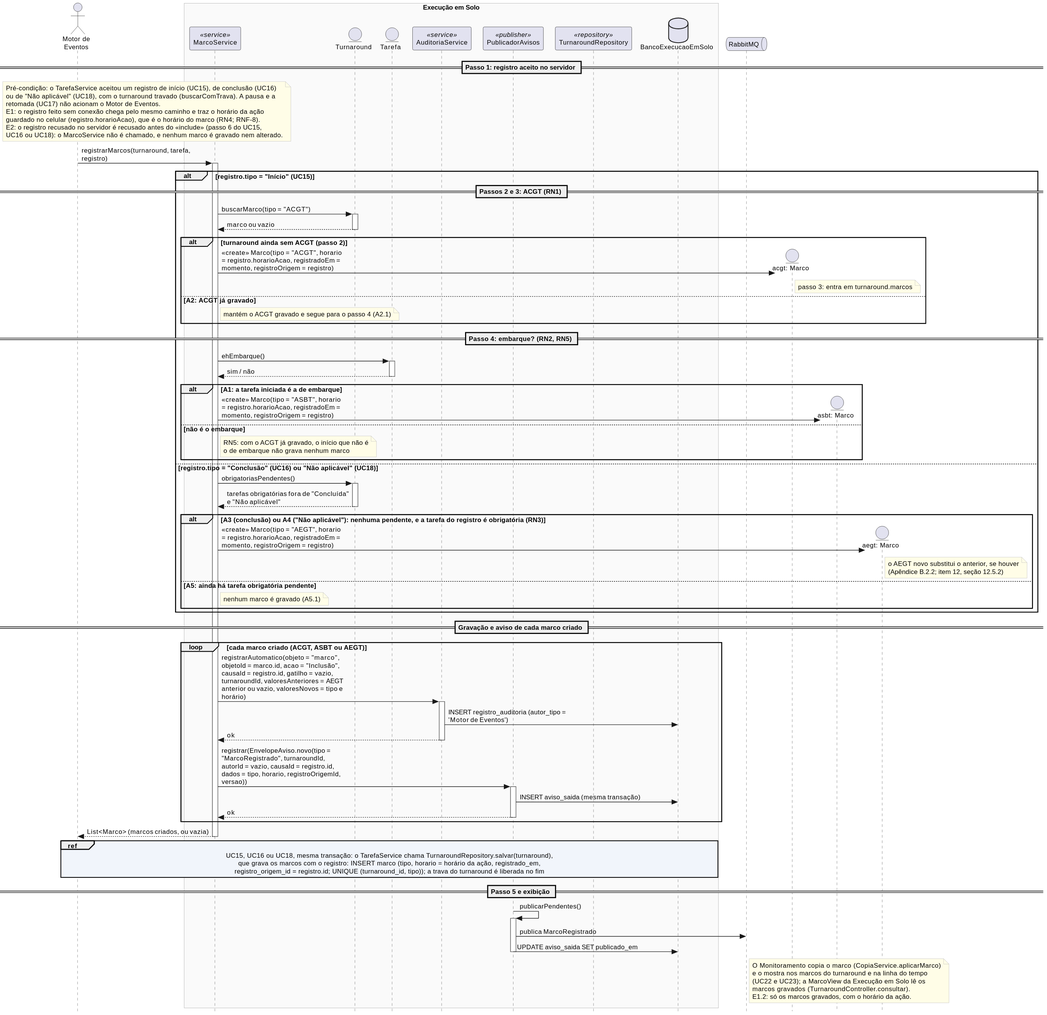
Earlier version of the PlantUML export especificacao/diagramas/14-sequencia-uc20.svg (Aircraft-Turnaround-Operations-Manager/aircraft-turnaround-docs).
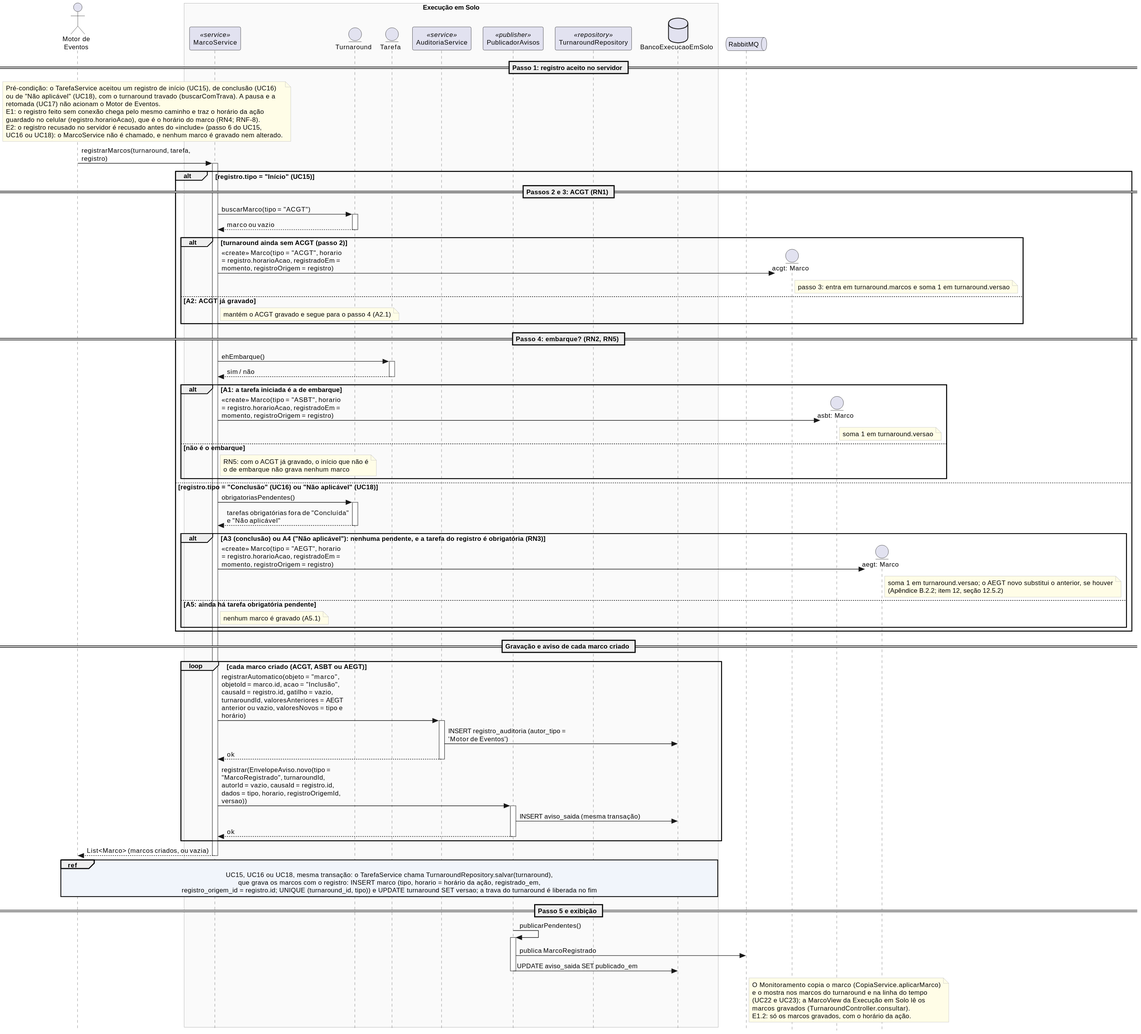
After the change.

What changed in the source:
```diff
@@ -36,7 +36,7 @@
   alt turnaround ainda sem ACGT (passo 2)
     create entity "acgt: Marco" as M1
     MS -> M1 : «create» Marco(tipo = "ACGT", horario = registro.horarioAcao, registradoEm = momento, registroOrigem = registro)
-    note right of M1 : passo 3: entra em turnaround.marcos
+    note right of M1 : passo 3: entra em turnaround.marcos e soma 1 em turnaround.versao
   else A2: ACGT já gravado
     note right of MS : mantém o ACGT gravado e segue para o passo 4 (A2.1)
   end
@@ -49,6 +49,7 @@
   alt A1: a tarefa iniciada é a de embarque
     create entity "asbt: Marco" as M2
     MS -> M2 : «create» Marco(tipo = "ASBT", horario = registro.horarioAcao, registradoEm = momento, registroOrigem = registro)
+    note right of M2 : soma 1 em turnaround.versao
   else não é o embarque
     note right of MS : RN5: com o ACGT já gravado, o início que não é\no de embarque não grava nenhum marco
   end
@@ -61,7 +62,7 @@
   alt A3 (conclusão) ou A4 ("Não aplicável"): nenhuma pendente, e a tarefa do registro é obrigatória (RN3)
     create entity "aegt: Marco" as M3
     MS -> M3 : «create» Marco(tipo = "AEGT", horario = registro.horarioAcao, registradoEm = momento, registroOrigem = registro)
-    note right of M3 : o AEGT novo substitui o anterior, se houver\n(Apêndice B.2.2; item 12, seção 12.5.2)
+    note right of M3 : soma 1 em turnaround.versao; o AEGT novo substitui o anterior, se houver\n(Apêndice B.2.2; item 12, seção 12.5.2)
   else A5: ainda há tarefa obrigatória pendente
     note right of MS : nenhum marco é gravado (A5.1)
   end
@@ -82,7 +83,7 @@
 end
 MS --> ME : List<Marco> (marcos criados, ou vazia)
 deactivate MS
-ref over ME, DB : UC15, UC16 ou UC18, mesma transação: o TarefaService chama TurnaroundRepository.salvar(turnaround),\nque grava os marcos com o registro: INSERT marco (tipo, horario = horário da ação, registrado_em,\nregistro_origem_id = registro.id; UNIQUE (turnaround_id, tipo)); a trava do turnaround é liberada no fim
+ref over ME, DB : UC15, UC16 ou UC18, mesma transação: o TarefaService chama TurnaroundRepository.salvar(turnaround),\nque grava os marcos com o registro: INSERT marco (tipo, horario = horário da ação, registrado_em,\nregistro_origem_id = registro.id; UNIQUE (turnaround_id, tipo)) e UPDATE turnaround SET versao; a trava do turnaround é liberada no fim
 
 == Passo 5 e exibição ==
 PUB -> PUB : publicarPendentes()
```
